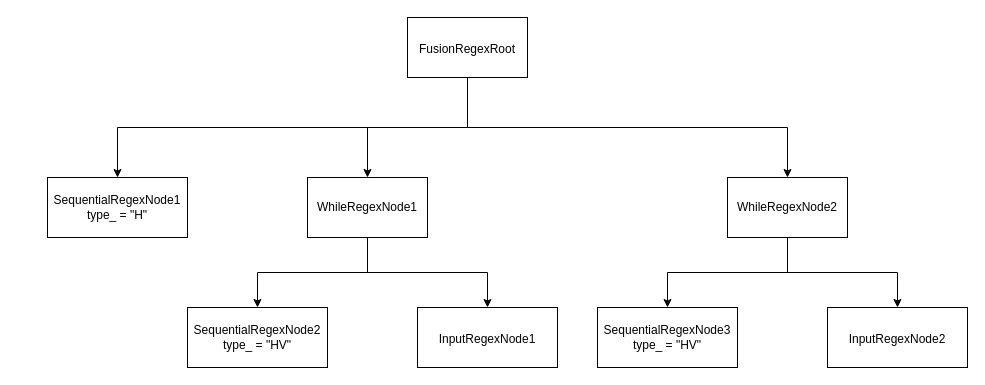
Before: AST生成结果.drawio in jiahy0825/draw.io, a draw.io diagram. Source tidied: cells renumbered, new cells numbered last; positions are measured from the earlier drawing's top-left corner, leaving out a move shared by most shapes. Both pictures are drawn from the tidied source at 100%, with x=0, y=0 at pixel (47, 17).
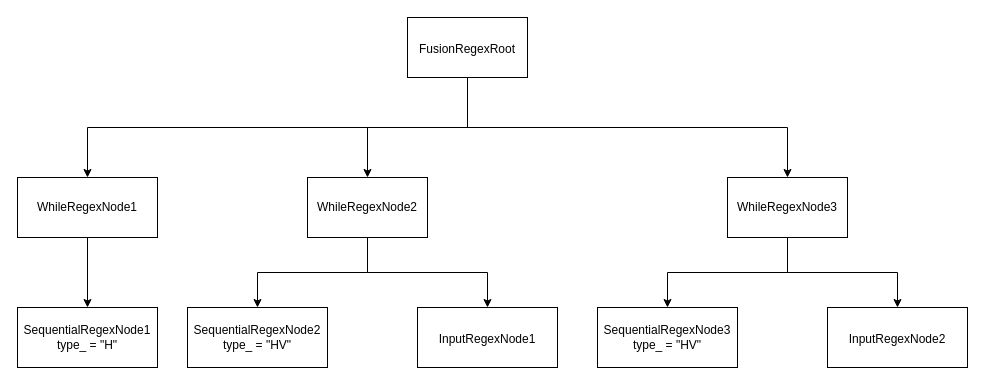
After the change.

Commit message:
更新AST生成结果.drawio

What changed in the source:
```diff
@@
 <mxGraphModel>
   <root>
     <mxCell id="0" />
     <mxCell id="1" parent="0" />
     <mxCell id="2" style="edgeStyle=orthogonalEdgeStyle;rounded=0;jettySize=auto;html=1;exitX=0.5;exitY=1;exitDx=0;exitDy=0;entryX=0.5;entryY=0;entryDx=0;entryDy=0;" parent="1" edge="1" source="4" target="5">
       <mxGeometry relative="1" as="geometry" />
     </mxCell>
     <mxCell id="3" style="edgeStyle=orthogonalEdgeStyle;rounded=0;jettySize=auto;html=1;exitX=0.5;exitY=1;exitDx=0;exitDy=0;entryX=0.5;entryY=0;entryDx=0;entryDy=0;" parent="1" edge="1" source="4" target="6">
       <mxGeometry relative="1" as="geometry" />
     </mxCell>
-    <mxCell id="4" value="WhileRegexNode1" style="rounded=0;whiteSpace=wrap;html=1;" parent="1" vertex="1">
+    <mxCell id="4" value="WhileRegexNode2" style="rounded=0;whiteSpace=wrap;html=1;" parent="1" vertex="1">
       <mxGeometry x="260" y="160" width="120" height="60" as="geometry" />
     </mxCell>
     <mxCell id="5" value="SequentialRegexNode2&lt;br&gt;type_ = &quot;HV&quot;" style="rounded=0;whiteSpace=wrap;html=1;" parent="1" vertex="1">
       <mxGeometry x="140" y="290" width="140" height="60" as="geometry" />
     </mxCell>
     <mxCell id="6" value="InputRegexNode1&lt;span style=&quot;font-size: medium; text-align: start;&quot;&gt;&lt;/span&gt;" style="rounded=0;whiteSpace=wrap;html=1;" parent="1" vertex="1">
       <mxGeometry x="370" y="290" width="140" height="60" as="geometry" />
     </mxCell>
     <mxCell id="7" style="edgeStyle=orthogonalEdgeStyle;rounded=0;jettySize=auto;html=1;exitX=0.5;exitY=1;exitDx=0;exitDy=0;entryX=0.5;entryY=0;entryDx=0;entryDy=0;" parent="1" edge="1" source="10" target="4">
       <mxGeometry relative="1" as="geometry" />
     </mxCell>
     <mxCell id="8" style="edgeStyle=orthogonalEdgeStyle;rounded=0;jettySize=auto;html=1;exitX=0.5;exitY=1;exitDx=0;exitDy=0;entryX=0.5;entryY=0;entryDx=0;entryDy=0;" parent="1" edge="1" source="10" target="13">
       <mxGeometry relative="1" as="geometry" />
     </mxCell>
     <mxCell id="9" style="edgeStyle=orthogonalEdgeStyle;rounded=0;jettySize=auto;html=1;exitX=0.5;exitY=1;exitDx=0;exitDy=0;entryX=0.5;entryY=0;entryDx=0;entryDy=0;" parent="1" edge="1" source="10" target="16">
       <mxGeometry relative="1" as="geometry" />
     </mxCell>
     <mxCell id="10" value="FusionRegexRoot&lt;span style=&quot;font-size: medium; text-align: start;&quot;&gt;&lt;/span&gt;" style="rounded=0;whiteSpace=wrap;html=1;" parent="1" vertex="1">
       <mxGeometry x="360" width="120" height="60" as="geometry" />
     </mxCell>
     <mxCell id="11" style="edgeStyle=orthogonalEdgeStyle;rounded=0;jettySize=auto;html=1;exitX=0.5;exitY=1;exitDx=0;exitDy=0;entryX=0.5;entryY=0;entryDx=0;entryDy=0;" parent="1" edge="1" source="13" target="14">
       <mxGeometry relative="1" as="geometry" />
     </mxCell>
     <mxCell id="12" style="edgeStyle=orthogonalEdgeStyle;rounded=0;jettySize=auto;html=1;exitX=0.5;exitY=1;exitDx=0;exitDy=0;entryX=0.5;entryY=0;entryDx=0;entryDy=0;" parent="1" edge="1" source="13" target="15">
       <mxGeometry relative="1" as="geometry" />
     </mxCell>
-    <mxCell id="13" value="WhileRegexNode2" style="rounded=0;whiteSpace=wrap;html=1;" parent="1" vertex="1">
+    <mxCell id="13" value="WhileRegexNode3" style="rounded=0;whiteSpace=wrap;html=1;" parent="1" vertex="1">
       <mxGeometry x="680" y="160" width="120" height="60" as="geometry" />
     </mxCell>
     <mxCell id="14" value="SequentialRegexNode3&lt;br&gt;type_ = &quot;HV&quot;" style="rounded=0;whiteSpace=wrap;html=1;" parent="1" vertex="1">
       <mxGeometry x="550" y="290" width="140" height="60" as="geometry" />
     </mxCell>
     <mxCell id="15" value="InputRegexNode2&lt;span style=&quot;font-size: medium; text-align: start;&quot;&gt;&lt;/span&gt;" style="rounded=0;whiteSpace=wrap;html=1;" parent="1" vertex="1">
       <mxGeometry x="780" y="290" width="140" height="60" as="geometry" />
     </mxCell>
+    <mxCell id="17" style="edgeStyle=orthogonalEdgeStyle;rounded=0;jettySize=auto;html=1;exitX=0.5;exitY=1;exitDx=0;exitDy=0;entryX=0.5;entryY=0;entryDx=0;entryDy=0;" parent="1" edge="1" source="16" target="18">
+      <mxGeometry relative="1" as="geometry" />
+    </mxCell>
-    <mxCell id="16" value="SequentialRegexNode1&lt;br&gt;type_ = &quot;H&quot;" style="rounded=0;whiteSpace=wrap;html=1;" parent="1" vertex="1">
-      <mxGeometry y="160" width="140" height="60" as="geometry" />
+    <mxCell id="16" value="WhileRegexNode1" style="rounded=0;whiteSpace=wrap;html=1;" parent="1" vertex="1">
+      <mxGeometry x="-30" y="160" width="140" height="60" as="geometry" />
     </mxCell>
+    <mxCell id="18" value="SequentialRegexNode1&lt;br&gt;type_ = &quot;H&quot;" style="rounded=0;whiteSpace=wrap;html=1;" parent="1" vertex="1">
+      <mxGeometry x="-30" y="290" width="140" height="60" as="geometry" />
+    </mxCell>
   </root>
 </mxGraphModel>
```
